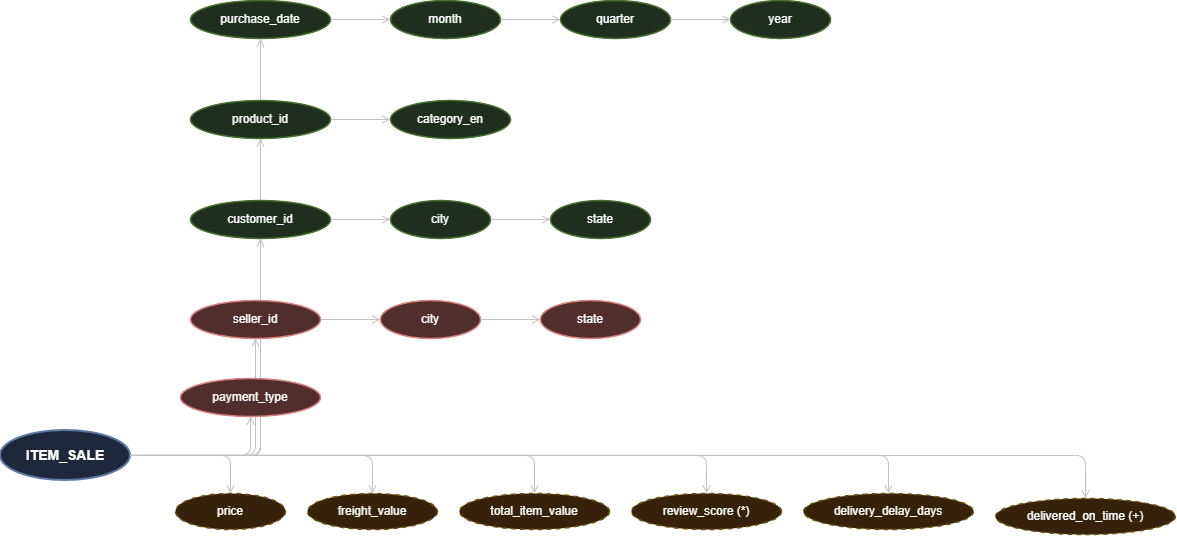
This is 7_report/attribute_tree_pieno.png from emanuele-clc/olist-dwh, a draw.io export, as it was before one commit. Source tidied: cells renumbered, new cells last; positions are measured from the earlier drawing's top-left corner, leaving out a move shared by most shapes.
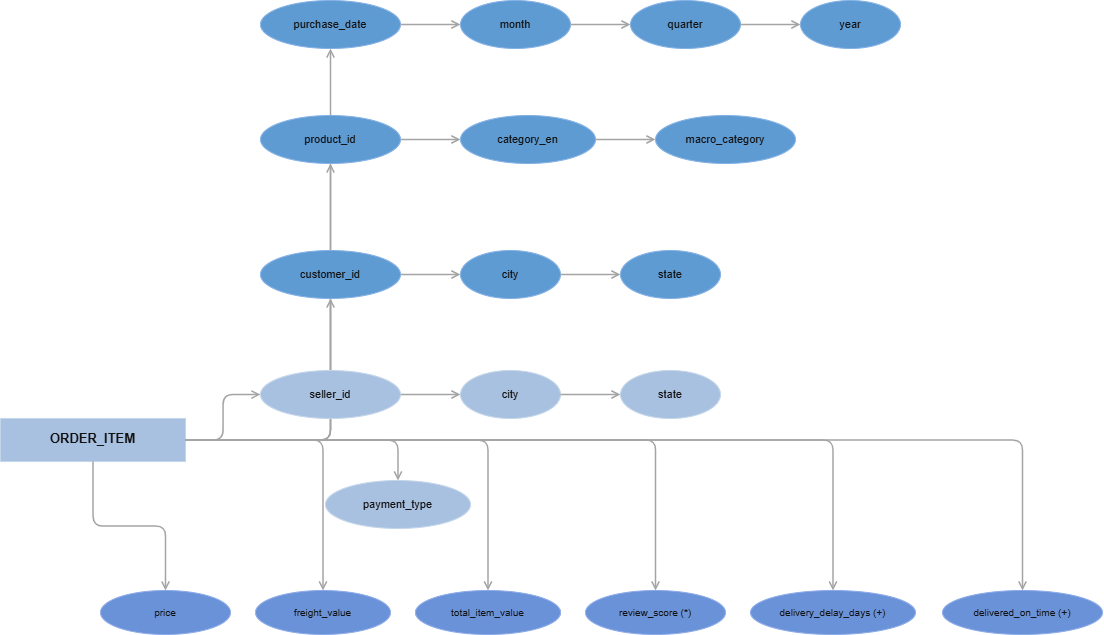
Above is the later version.

What changed in the source:
```diff
@@ -1,123 +1,129 @@
-<mxGraphModel background="light-dark(#FFFFFF, #ffffff)">
+<mxGraphModel>
   <root>
     <mxCell id="0" />
     <mxCell id="1" parent="0" />
-    <mxCell id="2" value="ITEM_SALE" style="ellipse;whiteSpace=wrap;html=1;fontStyle=1;fontSize=14;fillColor=#dae8fc;strokeColor=#6c8ebf;strokeWidth=2;" parent="1" vertex="1">
-      <mxGeometry y="430" width="130" height="50" as="geometry" />
-    </mxCell>
+    <mxCell id="41" value="&lt;b style=&quot;font-size:13px;&quot;&gt;ORDER_ITEM&lt;/b&gt;&lt;span style=&quot;font-size:10px;line-height:1.8;&quot;&gt;&lt;br&gt;&lt;/span&gt;" style="rounded=0;whiteSpace=wrap;html=1;fillColor=#1e3a5f;strokeColor=#0d2239;fontColor=#ffffff;verticalAlign=top;align=center;spacingTop=6;" parent="1" vertex="1">
+      <mxGeometry x="1117" y="1229" width="185" height="43" as="geometry" />
+    </mxCell>
-    <mxCell id="3" value="purchase_date" style="ellipse;whiteSpace=wrap;html=1;fontSize=12;fillColor=#d5e8d4;strokeColor=#82b366;strokeWidth=1.5;" parent="1" vertex="1">
-      <mxGeometry x="190" width="140" height="38" as="geometry" />
+    <mxCell id="3" value="purchase_date" style="ellipse;whiteSpace=wrap;html=1;fillColor=#2E75B6;strokeColor=#1F5490;fontColor=#ffffff;fontSize=11;" parent="1" vertex="1">
+      <mxGeometry x="1377" y="811" width="140" height="48" as="geometry" />
     </mxCell>
-    <mxCell id="4" style="edgeStyle=orthogonalEdgeStyle;endArrow=open;endFill=0;strokeColor=#333333;" parent="1" edge="1" source="2" target="3">
-      <mxGeometry relative="1" as="geometry" />
-    </mxCell>
-    <mxCell id="5" value="month" style="ellipse;whiteSpace=wrap;html=1;fontSize=12;fillColor=#d5e8d4;strokeColor=#82b366;strokeWidth=1.5;" parent="1" vertex="1">
-      <mxGeometry x="390" width="110" height="38" as="geometry" />
+    <mxCell id="5" value="month" style="ellipse;whiteSpace=wrap;html=1;fillColor=#2E75B6;strokeColor=#1F5490;fontColor=#ffffff;fontSize=11;" parent="1" vertex="1">
+      <mxGeometry x="1577" y="811" width="110" height="48" as="geometry" />
     </mxCell>
+    <mxCell id="7" value="quarter" style="ellipse;whiteSpace=wrap;html=1;fillColor=#2E75B6;strokeColor=#1F5490;fontColor=#ffffff;fontSize=11;" parent="1" vertex="1">
+      <mxGeometry x="1747" y="811" width="110" height="48" as="geometry" />
+    </mxCell>
+    <mxCell id="9" value="year" style="ellipse;whiteSpace=wrap;html=1;fillColor=#2E75B6;strokeColor=#1F5490;fontColor=#ffffff;fontSize=11;" parent="1" vertex="1">
+      <mxGeometry x="1917" y="811" width="100" height="48" as="geometry" />
+    </mxCell>
+    <mxCell id="13" value="category_en" style="ellipse;whiteSpace=wrap;html=1;fillColor=#2E75B6;strokeColor=#1F5490;fontColor=#ffffff;fontSize=11;" parent="1" vertex="1">
+      <mxGeometry x="1577" y="926" width="135" height="48" as="geometry" />
+    </mxCell>
+    <mxCell id="42" value="macro_category" style="ellipse;whiteSpace=wrap;html=1;fillColor=#2E75B6;strokeColor=#1F5490;fontColor=#ffffff;fontSize=11;" parent="1" vertex="1">
+      <mxGeometry x="1772" y="926" width="140" height="48" as="geometry" />
+    </mxCell>
+    <mxCell id="43" value="city" style="ellipse;whiteSpace=wrap;html=1;fillColor=#2E75B6;strokeColor=#1F5490;fontColor=#ffffff;fontSize=11;" parent="1" vertex="1">
+      <mxGeometry x="1577" y="1061" width="100" height="48" as="geometry" />
+    </mxCell>
+    <mxCell id="44" value="state" style="ellipse;whiteSpace=wrap;html=1;fillColor=#2E75B6;strokeColor=#1F5490;fontColor=#ffffff;fontSize=11;" parent="1" vertex="1">
+      <mxGeometry x="1737" y="1061" width="100" height="48" as="geometry" />
+    </mxCell>
+    <mxCell id="45" value="city" style="ellipse;whiteSpace=wrap;html=1;fillColor=#1e3a5f;strokeColor=#0d2239;fontColor=#ffffff;fontSize=11;" parent="1" vertex="1">
+      <mxGeometry x="1577" y="1181" width="100" height="48" as="geometry" />
+    </mxCell>
+    <mxCell id="46" value="state" style="ellipse;whiteSpace=wrap;html=1;fillColor=#1e3a5f;strokeColor=#0d2239;fontColor=#ffffff;fontSize=11;" parent="1" vertex="1">
+      <mxGeometry x="1737" y="1181" width="100" height="48" as="geometry" />
+    </mxCell>
+    <mxCell id="29" value="price" style="ellipse;whiteSpace=wrap;html=1;fillColor=#4472C4;strokeColor=#2F539B;fontColor=#ffffff;fontSize=10;" parent="1" vertex="1">
+      <mxGeometry x="1217" y="1401" width="130" height="44" as="geometry" />
+    </mxCell>
+    <mxCell id="31" value="freight_value" style="ellipse;whiteSpace=wrap;html=1;fillColor=#4472C4;strokeColor=#2F539B;fontColor=#ffffff;fontSize=10;" parent="1" vertex="1">
+      <mxGeometry x="1372" y="1401" width="135" height="44" as="geometry" />
+    </mxCell>
+    <mxCell id="33" value="total_item_value" style="ellipse;whiteSpace=wrap;html=1;fillColor=#4472C4;strokeColor=#2F539B;fontColor=#ffffff;fontSize=10;" parent="1" vertex="1">
+      <mxGeometry x="1532" y="1401" width="145" height="44" as="geometry" />
+    </mxCell>
+    <mxCell id="35" value="review_score (*)" style="ellipse;whiteSpace=wrap;html=1;fillColor=#4472C4;strokeColor=#2F539B;fontColor=#ffffff;fontSize=10;" parent="1" vertex="1">
+      <mxGeometry x="1702" y="1401" width="140" height="44" as="geometry" />
+    </mxCell>
+    <mxCell id="47" value="delivery_delay_days (+)" style="ellipse;whiteSpace=wrap;html=1;fillColor=#4472C4;strokeColor=#2F539B;fontColor=#ffffff;fontSize=10;" parent="1" vertex="1">
+      <mxGeometry x="1867" y="1401" width="165" height="44" as="geometry" />
+    </mxCell>
+    <mxCell id="37" value="delivered_on_time (+)" style="ellipse;whiteSpace=wrap;html=1;fillColor=#4472C4;strokeColor=#2F539B;fontColor=#ffffff;fontSize=10;" parent="1" vertex="1">
+      <mxGeometry x="2059" y="1401" width="160" height="44" as="geometry" />
+    </mxCell>
+    <mxCell id="48" style="edgeStyle=orthogonalEdgeStyle;html=1;endArrow=open;endFill=0;strokeColor=#555555;strokeWidth=1.5;" parent="1" edge="1" source="41" target="3">
+      <mxGeometry relative="1" as="geometry" />
+    </mxCell>
+    <mxCell id="49" style="edgeStyle=orthogonalEdgeStyle;html=1;endArrow=open;endFill=0;strokeColor=#555555;strokeWidth=1.5;" parent="1" edge="1" source="41" target="11">
+      <mxGeometry relative="1" as="geometry" />
+    </mxCell>
+    <mxCell id="50" style="edgeStyle=orthogonalEdgeStyle;html=1;endArrow=open;endFill=0;strokeColor=#555555;strokeWidth=1.5;" parent="1" edge="1" source="41" target="15">
+      <mxGeometry relative="1" as="geometry" />
+    </mxCell>
+    <mxCell id="51" style="edgeStyle=orthogonalEdgeStyle;html=1;endArrow=open;endFill=0;strokeColor=#555555;strokeWidth=1.5;" parent="1" edge="1" source="41" target="21">
+      <mxGeometry relative="1" as="geometry" />
+    </mxCell>
+    <mxCell id="52" style="edgeStyle=orthogonalEdgeStyle;html=1;endArrow=open;endFill=0;strokeColor=#555555;strokeWidth=1.5;" parent="1" edge="1" source="41" target="27">
+      <mxGeometry relative="1" as="geometry" />
+    </mxCell>
+    <mxCell id="53" style="edgeStyle=orthogonalEdgeStyle;html=1;endArrow=open;endFill=0;strokeColor=#555555;strokeWidth=1.5;" parent="1" edge="1" source="41" target="29">
+      <mxGeometry relative="1" as="geometry" />
+    </mxCell>
+    <mxCell id="54" style="edgeStyle=orthogonalEdgeStyle;html=1;endArrow=open;endFill=0;strokeColor=#555555;strokeWidth=1.5;" parent="1" edge="1" source="41" target="31">
+      <mxGeometry relative="1" as="geometry" />
+    </mxCell>
+    <mxCell id="55" style="edgeStyle=orthogonalEdgeStyle;html=1;endArrow=open;endFill=0;strokeColor=#555555;strokeWidth=1.5;" parent="1" edge="1" source="41" target="33">
+      <mxGeometry relative="1" as="geometry" />
+    </mxCell>
+    <mxCell id="56" style="edgeStyle=orthogonalEdgeStyle;html=1;endArrow=open;endFill=0;strokeColor=#555555;strokeWidth=1.5;" parent="1" edge="1" source="41" target="35">
+      <mxGeometry relative="1" as="geometry" />
+    </mxCell>
+    <mxCell id="57" style="edgeStyle=orthogonalEdgeStyle;html=1;endArrow=open;endFill=0;strokeColor=#555555;strokeWidth=1.5;" parent="1" edge="1" source="41" target="47">
+      <mxGeometry relative="1" as="geometry" />
+    </mxCell>
+    <mxCell id="58" style="edgeStyle=orthogonalEdgeStyle;html=1;endArrow=open;endFill=0;strokeColor=#555555;strokeWidth=1.5;" parent="1" edge="1" source="41" target="37">
+      <mxGeometry relative="1" as="geometry" />
+    </mxCell>
-    <mxCell id="6" style="edgeStyle=orthogonalEdgeStyle;endArrow=open;endFill=0;strokeColor=#333333;" parent="1" edge="1" source="3" target="5">
+    <mxCell id="6" style="edgeStyle=orthogonalEdgeStyle;html=1;endArrow=open;endFill=0;strokeColor=#555555;strokeWidth=1.5;" parent="1" edge="1" source="3" target="5">
       <mxGeometry relative="1" as="geometry" />
     </mxCell>
-    <mxCell id="7" value="quarter" style="ellipse;whiteSpace=wrap;html=1;fontSize=12;fillColor=#d5e8d4;strokeColor=#82b366;strokeWidth=1.5;" parent="1" vertex="1">
-      <mxGeometry x="560" width="110" height="38" as="geometry" />
-    </mxCell>
-    <mxCell id="8" style="edgeStyle=orthogonalEdgeStyle;endArrow=open;endFill=0;strokeColor=#333333;" parent="1" edge="1" source="5" target="7">
+    <mxCell id="8" style="edgeStyle=orthogonalEdgeStyle;html=1;endArrow=open;endFill=0;strokeColor=#555555;strokeWidth=1.5;" parent="1" edge="1" source="5" target="7">
       <mxGeometry relative="1" as="geometry" />
     </mxCell>
-    <mxCell id="9" value="year" style="ellipse;whiteSpace=wrap;html=1;fontSize=12;fillColor=#d5e8d4;strokeColor=#82b366;strokeWidth=1.5;" parent="1" vertex="1">
-      <mxGeometry x="730" width="100" height="38" as="geometry" />
-    </mxCell>
-    <mxCell id="10" style="edgeStyle=orthogonalEdgeStyle;endArrow=open;endFill=0;strokeColor=#333333;" parent="1" edge="1" source="7" target="9">
+    <mxCell id="10" style="edgeStyle=orthogonalEdgeStyle;html=1;endArrow=open;endFill=0;strokeColor=#555555;strokeWidth=1.5;" parent="1" edge="1" source="7" target="9">
       <mxGeometry relative="1" as="geometry" />
     </mxCell>
+    <mxCell id="14" style="edgeStyle=orthogonalEdgeStyle;html=1;endArrow=open;endFill=0;strokeColor=#555555;strokeWidth=1.5;" parent="1" edge="1" source="11" target="13">
+      <mxGeometry relative="1" as="geometry" />
+    </mxCell>
+    <mxCell id="59" style="edgeStyle=orthogonalEdgeStyle;html=1;endArrow=open;endFill=0;strokeColor=#555555;strokeWidth=1.5;" parent="1" edge="1" source="13" target="42">
+      <mxGeometry relative="1" as="geometry" />
+    </mxCell>
+    <mxCell id="60" style="edgeStyle=orthogonalEdgeStyle;html=1;endArrow=open;endFill=0;strokeColor=#555555;strokeWidth=1.5;" parent="1" edge="1" source="15" target="43">
+      <mxGeometry relative="1" as="geometry" />
+    </mxCell>
+    <mxCell id="61" style="edgeStyle=orthogonalEdgeStyle;html=1;endArrow=open;endFill=0;strokeColor=#555555;strokeWidth=1.5;" parent="1" edge="1" source="43" target="44">
+      <mxGeometry relative="1" as="geometry" />
+    </mxCell>
+    <mxCell id="62" style="edgeStyle=orthogonalEdgeStyle;html=1;endArrow=open;endFill=0;strokeColor=#555555;strokeWidth=1.5;" parent="1" edge="1" source="21" target="45">
+      <mxGeometry relative="1" as="geometry" />
+    </mxCell>
+    <mxCell id="63" style="edgeStyle=orthogonalEdgeStyle;html=1;endArrow=open;endFill=0;strokeColor=#555555;strokeWidth=1.5;" parent="1" edge="1" source="45" target="46">
+      <mxGeometry relative="1" as="geometry" />
+    </mxCell>
+    <mxCell id="21" value="seller_id" style="ellipse;whiteSpace=wrap;html=1;fillColor=#1e3a5f;strokeColor=#0d2239;fontColor=#ffffff;fontSize=11;" parent="1" vertex="1">
+      <mxGeometry x="1377" y="1181" width="140" height="48" as="geometry" />
+    </mxCell>
+    <mxCell id="15" value="customer_id" style="ellipse;whiteSpace=wrap;html=1;fillColor=#2E75B6;strokeColor=#1F5490;fontColor=#ffffff;fontSize=11;" parent="1" vertex="1">
+      <mxGeometry x="1377" y="1061" width="140" height="48" as="geometry" />
+    </mxCell>
-    <mxCell id="11" value="product_id" style="ellipse;whiteSpace=wrap;html=1;fontSize=12;fillColor=#d5e8d4;strokeColor=#82b366;strokeWidth=1.5;" parent="1" vertex="1">
-      <mxGeometry x="190" y="100" width="140" height="38" as="geometry" />
+    <mxCell id="11" value="product_id" style="ellipse;whiteSpace=wrap;html=1;fillColor=#2E75B6;strokeColor=#1F5490;fontColor=#ffffff;fontSize=11;" parent="1" vertex="1">
+      <mxGeometry x="1377" y="926" width="140" height="48" as="geometry" />
     </mxCell>
-    <mxCell id="12" style="edgeStyle=orthogonalEdgeStyle;endArrow=open;endFill=0;strokeColor=#333333;" parent="1" edge="1" source="2" target="11">
-      <mxGeometry relative="1" as="geometry" />
-    </mxCell>
-    <mxCell id="13" value="category_en" style="ellipse;whiteSpace=wrap;html=1;fontSize=12;fillColor=#d5e8d4;strokeColor=#82b366;strokeWidth=1.5;" parent="1" vertex="1">
-      <mxGeometry x="390" y="100" width="120" height="38" as="geometry" />
-    </mxCell>
-    <mxCell id="14" style="edgeStyle=orthogonalEdgeStyle;endArrow=open;endFill=0;strokeColor=#333333;" parent="1" edge="1" source="11" target="13">
-      <mxGeometry relative="1" as="geometry" />
-    </mxCell>
-    <mxCell id="15" value="customer_id" style="ellipse;whiteSpace=wrap;html=1;fontSize=12;fillColor=#d5e8d4;strokeColor=#82b366;strokeWidth=1.5;" parent="1" vertex="1">
-      <mxGeometry x="190" y="200" width="140" height="38" as="geometry" />
-    </mxCell>
-    <mxCell id="16" style="edgeStyle=orthogonalEdgeStyle;endArrow=open;endFill=0;strokeColor=#333333;" parent="1" edge="1" source="2" target="15">
-      <mxGeometry relative="1" as="geometry" />
-    </mxCell>
-    <mxCell id="17" value="city" style="ellipse;whiteSpace=wrap;html=1;fontSize=12;fillColor=#d5e8d4;strokeColor=#82b366;strokeWidth=1.5;" parent="1" vertex="1">
-      <mxGeometry x="390" y="200" width="100" height="38" as="geometry" />
-    </mxCell>
-    <mxCell id="18" style="edgeStyle=orthogonalEdgeStyle;endArrow=open;endFill=0;strokeColor=#333333;" parent="1" edge="1" source="15" target="17">
-      <mxGeometry relative="1" as="geometry" />
-    </mxCell>
-    <mxCell id="19" value="state" style="ellipse;whiteSpace=wrap;html=1;fontSize=12;fillColor=#d5e8d4;strokeColor=#82b366;strokeWidth=1.5;" parent="1" vertex="1">
-      <mxGeometry x="550" y="200" width="100" height="38" as="geometry" />
-    </mxCell>
-    <mxCell id="20" style="edgeStyle=orthogonalEdgeStyle;endArrow=open;endFill=0;strokeColor=#333333;" parent="1" edge="1" source="17" target="19">
-      <mxGeometry relative="1" as="geometry" />
-    </mxCell>
-    <mxCell id="21" value="seller_id" style="ellipse;whiteSpace=wrap;html=1;fontSize=12;fillColor=#f8cecc;strokeColor=#b85450;strokeWidth=1.5;" parent="1" vertex="1">
-      <mxGeometry x="190" y="300" width="130" height="38" as="geometry" />
-    </mxCell>
-    <mxCell id="22" style="edgeStyle=orthogonalEdgeStyle;endArrow=open;endFill=0;strokeColor=#333333;" parent="1" edge="1" source="2" target="21">
-      <mxGeometry relative="1" as="geometry" />
-    </mxCell>
-    <mxCell id="23" value="city" style="ellipse;whiteSpace=wrap;html=1;fontSize=12;fillColor=#f8cecc;strokeColor=#b85450;strokeWidth=1.5;" parent="1" vertex="1">
-      <mxGeometry x="380" y="300" width="100" height="38" as="geometry" />
-    </mxCell>
-    <mxCell id="24" style="edgeStyle=orthogonalEdgeStyle;endArrow=open;endFill=0;strokeColor=#333333;" parent="1" edge="1" source="21" target="23">
-      <mxGeometry relative="1" as="geometry" />
-    </mxCell>
-    <mxCell id="25" value="state" style="ellipse;whiteSpace=wrap;html=1;fontSize=12;fillColor=#f8cecc;strokeColor=#b85450;strokeWidth=1.5;" parent="1" vertex="1">
-      <mxGeometry x="540" y="300" width="100" height="38" as="geometry" />
-    </mxCell>
-    <mxCell id="26" style="edgeStyle=orthogonalEdgeStyle;endArrow=open;endFill=0;strokeColor=#333333;" parent="1" edge="1" source="23" target="25">
-      <mxGeometry relative="1" as="geometry" />
-    </mxCell>
-    <mxCell id="27" value="payment_type" style="ellipse;whiteSpace=wrap;html=1;fontSize=12;fillColor=#f8cecc;strokeColor=#b85450;strokeWidth=1.5;" parent="1" vertex="1">
-      <mxGeometry x="180" y="378" width="140" height="38" as="geometry" />
+    <mxCell id="27" value="payment_type" style="ellipse;whiteSpace=wrap;html=1;fillColor=#1e3a5f;strokeColor=#0d2239;fontColor=#ffffff;fontSize=11;" parent="1" vertex="1">
+      <mxGeometry x="1442" y="1291" width="145" height="48" as="geometry" />
     </mxCell>
-    <mxCell id="28" style="edgeStyle=orthogonalEdgeStyle;endArrow=open;endFill=0;strokeColor=#333333;" parent="1" edge="1" source="2" target="27">
-      <mxGeometry relative="1" as="geometry" />
-    </mxCell>
-    <mxCell id="29" value="price" style="ellipse;whiteSpace=wrap;html=1;fontSize=12;fillColor=#ffe6cc;strokeColor=#d6b656;strokeWidth=1.5;dashed=1;" parent="1" vertex="1">
-      <mxGeometry x="175" y="493" width="110" height="36" as="geometry" />
-    </mxCell>
-    <mxCell id="30" style="edgeStyle=orthogonalEdgeStyle;endArrow=open;endFill=0;strokeColor=#333333;" parent="1" edge="1" source="2" target="29">
-      <mxGeometry relative="1" as="geometry" />
-    </mxCell>
-    <mxCell id="31" value="freight_value" style="ellipse;whiteSpace=wrap;html=1;fontSize=12;fillColor=#ffe6cc;strokeColor=#d6b656;strokeWidth=1.5;dashed=1;" parent="1" vertex="1">
-      <mxGeometry x="307" y="493" width="130" height="36" as="geometry" />
-    </mxCell>
-    <mxCell id="32" style="edgeStyle=orthogonalEdgeStyle;endArrow=open;endFill=0;strokeColor=#333333;" parent="1" edge="1" source="2" target="31">
-      <mxGeometry relative="1" as="geometry" />
-    </mxCell>
-    <mxCell id="33" value="total_item_value" style="ellipse;whiteSpace=wrap;html=1;fontSize=12;fillColor=#ffe6cc;strokeColor=#d6b656;strokeWidth=1.5;dashed=1;" parent="1" vertex="1">
-      <mxGeometry x="459" y="493" width="150" height="36" as="geometry" />
-    </mxCell>
-    <mxCell id="34" style="edgeStyle=orthogonalEdgeStyle;endArrow=open;endFill=0;strokeColor=#333333;" parent="1" edge="1" source="2" target="33">
-      <mxGeometry relative="1" as="geometry" />
-    </mxCell>
-    <mxCell id="35" value="review_score (*)" style="ellipse;whiteSpace=wrap;html=1;fontSize=12;fillColor=#ffe6cc;strokeColor=#d6b656;strokeWidth=1.5;dashed=1;" parent="1" vertex="1">
-      <mxGeometry x="631" y="493" width="150" height="36" as="geometry" />
-    </mxCell>
-    <mxCell id="36" style="edgeStyle=orthogonalEdgeStyle;endArrow=open;endFill=0;strokeColor=#333333;" parent="1" edge="1" source="2" target="35">
-      <mxGeometry relative="1" as="geometry" />
-    </mxCell>
-    <mxCell id="37" value="delivered_on_time (+)" style="ellipse;whiteSpace=wrap;html=1;fontSize=12;fillColor=#ffe6cc;strokeColor=#d6b656;strokeWidth=1.5;dashed=1;" parent="1" vertex="1">
-      <mxGeometry x="995" y="498" width="180" height="36" as="geometry" />
-    </mxCell>
-    <mxCell id="38" style="edgeStyle=orthogonalEdgeStyle;endArrow=open;endFill=0;strokeColor=#333333;" parent="1" edge="1" source="2" target="37">
-      <mxGeometry relative="1" as="geometry" />
-    </mxCell>
-    <mxCell id="39" value="delivery_delay_days" style="ellipse;whiteSpace=wrap;html=1;fontSize=12;fillColor=#ffe6cc;strokeColor=#d6b656;strokeWidth=1.5;dashed=1;" parent="1" vertex="1">
-      <mxGeometry x="803" y="493" width="170" height="36" as="geometry" />
-    </mxCell>
-    <mxCell id="40" style="edgeStyle=orthogonalEdgeStyle;endArrow=open;endFill=0;strokeColor=#333333;" parent="1" edge="1" source="2" target="39">
-      <mxGeometry relative="1" as="geometry" />
-    </mxCell>
   </root>
 </mxGraphModel>
```
